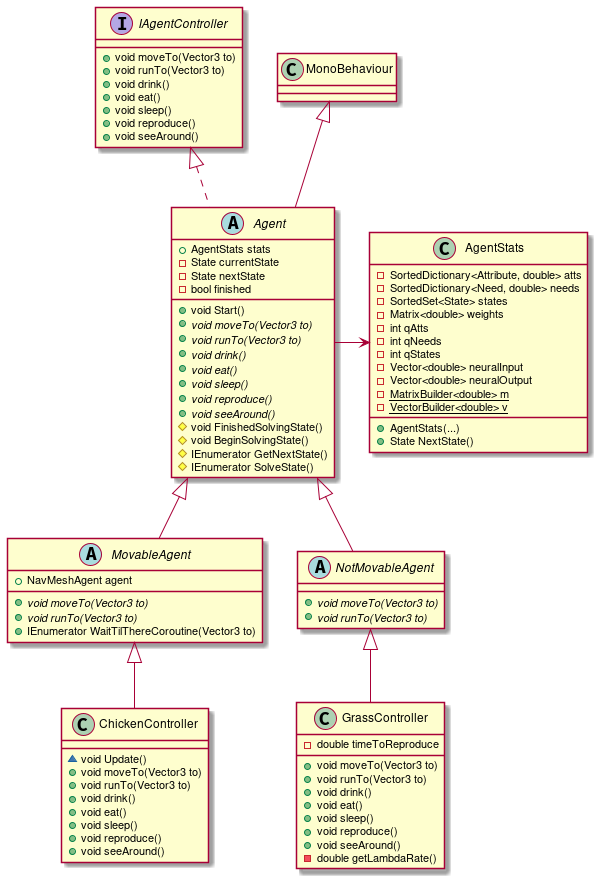
Before: Assets/UMLs/Agent.png, a diagram exported from PlantUML (markovia-team/markovia).
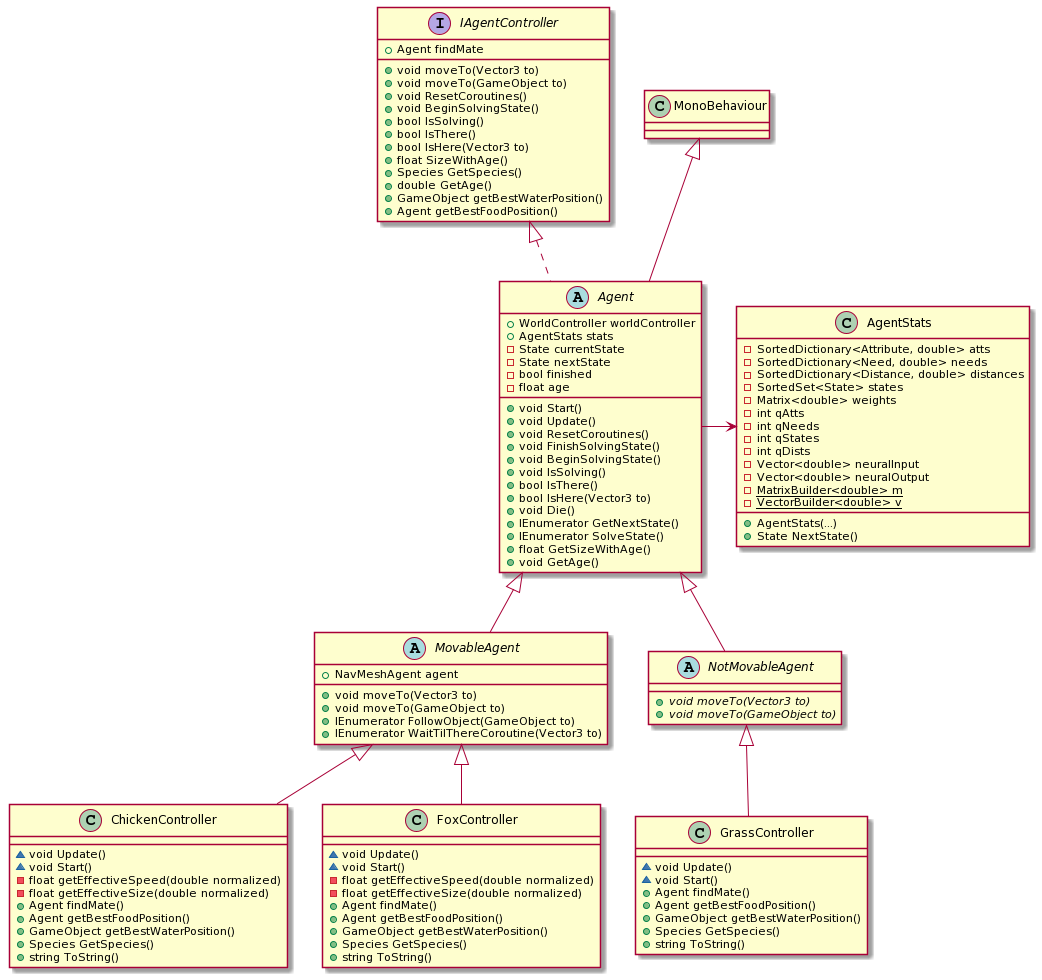
After the change.

Diff of the diagram source:
```diff
@@ -2,6 +2,7 @@
 Agent <|-- MovableAgent
 Agent <|-- NotMovableAgent
 MovableAgent <|-- ChickenController
+MovableAgent <|-- FoxController
 NotMovableAgent <|-- GrassController
 IAgentController <|.. Agent
 Agent -> AgentStats
@@ -10,41 +11,52 @@
 
 interface IAgentController {
 +void moveTo(Vector3 to)
-+void runTo(Vector3 to)
-+void drink()
-+void eat()
-+void sleep()
-+void reproduce()
-+void seeAround()
++void moveTo(GameObject to)
++void ResetCoroutines()
++void BeginSolvingState()
++bool IsSolving()
++bool IsThere()
++bool IsHere(Vector3 to)
++float SizeWithAge()
++Species GetSpecies()
++double GetAge()
++GameObject getBestWaterPosition()
++Agent getBestFoodPosition()
++Agent findMate
 }
 
 abstract class Agent {
++WorldController worldController
 +AgentStats stats
 -State currentState
 -State nextState
 -bool finished
+-float age
 +void Start()
-+{abstract} void moveTo(Vector3 to)
-+{abstract} void runTo(Vector3 to)
-+{abstract} void drink()
-+{abstract} void eat()
-+{abstract} void sleep()
-+{abstract} void reproduce()
-+{abstract} void seeAround()
-#void FinishedSolvingState()
-#void BeginSolvingState()
-#IEnumerator GetNextState()
-#IEnumerator SolveState()
++void Update()
++void ResetCoroutines()
++void FinishSolvingState()
++void BeginSolvingState()
++void IsSolving()
++bool IsThere()
++bool IsHere(Vector3 to)
++void Die()
++IEnumerator GetNextState()
++IEnumerator SolveState()
++float GetSizeWithAge()
++void GetAge()
 }
 
 class AgentStats {
 -SortedDictionary<Attribute, double> atts
 -SortedDictionary<Need, double> needs
+-SortedDictionary<Distance, double> distances
 -SortedSet<State> states
 -Matrix<double> weights
 -int qAtts
 -int qNeeds
 -int qStates
+-int qDists
 -Vector<double> neuralInput
 -Vector<double> neuralOutput
 -{static}MatrixBuilder<double> m
@@ -55,37 +67,48 @@
 
 abstract class MovableAgent {
 +NavMeshAgent agent
-+{abstract} void moveTo(Vector3 to)
-+{abstract} void runTo(Vector3 to)
++void moveTo(Vector3 to)
++void moveTo(GameObject to)
++IEnumerator FollowObject(GameObject to)
 +IEnumerator WaitTilThereCoroutine(Vector3 to)
 }
 
 abstract class NotMovableAgent {
 +{abstract} void moveTo(Vector3 to)
-+{abstract} void runTo(Vector3 to)
++{abstract} void moveTo(GameObject to)
 }
 
 class ChickenController {
 ~void Update()
-+void moveTo(Vector3 to)
-+void runTo(Vector3 to)
-+void drink()
-+void eat()
-+void sleep()
-+void reproduce()
-+void seeAround()
+~void Start()
+-float getEffectiveSpeed(double normalized)
+-float getEffectiveSize(double normalized)
++Agent findMate()
++Agent getBestFoodPosition()
++GameObject getBestWaterPosition()
++Species GetSpecies()
++string ToString()
 }
 
 class GrassController {
--double timeToReproduce
-+void moveTo(Vector3 to)
-+void runTo(Vector3 to)
-+void drink()
-+void eat()
-+void sleep()
-+void reproduce()
-+void seeAround()
--double getLambdaRate()
+~void Update()
+~void Start()
++Agent findMate()
++Agent getBestFoodPosition()
++GameObject getBestWaterPosition()
++Species GetSpecies()
++string ToString()
 }
 
+class FoxController {
+~void Update()
+~void Start()
+-float getEffectiveSpeed(double normalized)
+-float getEffectiveSize(double normalized)
++Agent findMate()
++Agent getBestFoodPosition()
++GameObject getBestWaterPosition()
++Species GetSpecies()
++string ToString()
+}
 @enduml
```
